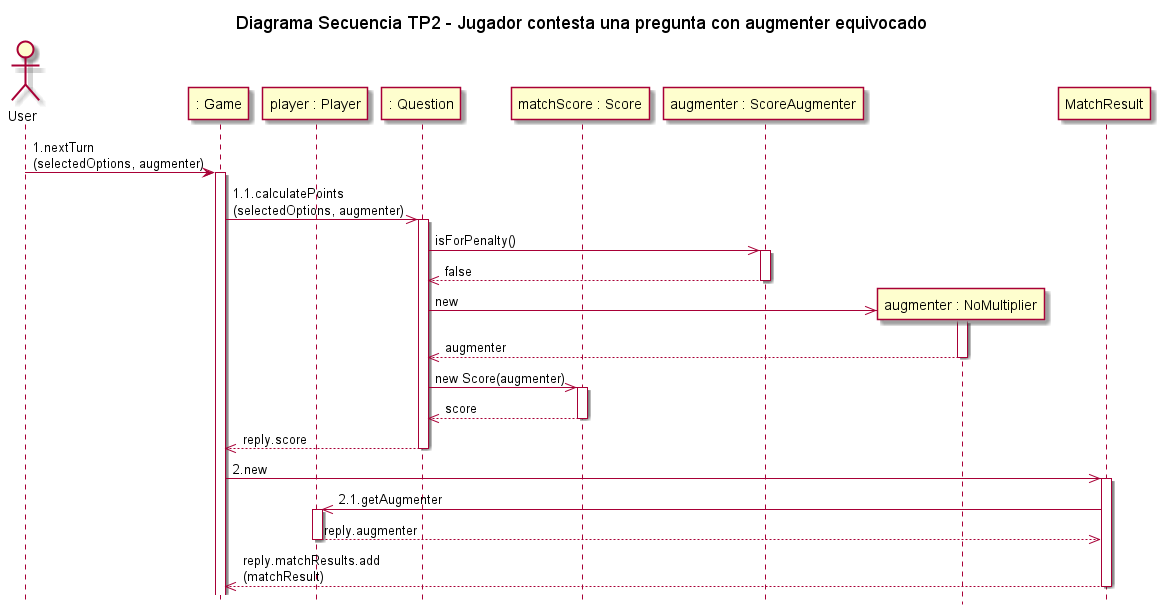
This is docs/out/DiagramasSecuencia/Diagrama Secuencia TP2 - Jugador contesta una pregunta con augmenter equivocado.png from GEscandar/TP2-Kahoot, a PlantUML export, as it was before one commit. The source it was exported from:
```plantuml
@startuml

actor User
title Diagrama Secuencia TP2 - Jugador contesta una pregunta con augmenter equivocado
hide footbox

participant ": Game" as game
participant "player : Player" as player
participant ": Question" as question
participant "matchScore : Score" as score
participant "augmenter : ScoreAugmenter" as augmenter
participant "augmenter : NoMultiplier" as noAugmenter


User -> game:1.nextTurn\n(selectedOptions, augmenter)
activate game
game->>question:1.1.calculatePoints\n(selectedOptions, augmenter)
activate question
question ->> augmenter:isForPenalty()
activate augmenter
augmenter -->> question:false
deactivate augmenter
question ->> noAugmenter**:new
activate noAugmenter
noAugmenter -->> question:augmenter
deactivate noAugmenter
question ->> score:new Score(augmenter)
activate score
score -->> question:score
deactivate score
question -->>game:reply.score
deactivate question
game->>MatchResult:2.new
activate MatchResult
MatchResult->>player:2.1.getAugmenter
activate player
player-->>MatchResult:reply.augmenter
deactivate player
MatchResult-->>game:reply.matchResults.add\n(matchResult)
deactivate MatchResult

@enduml
```
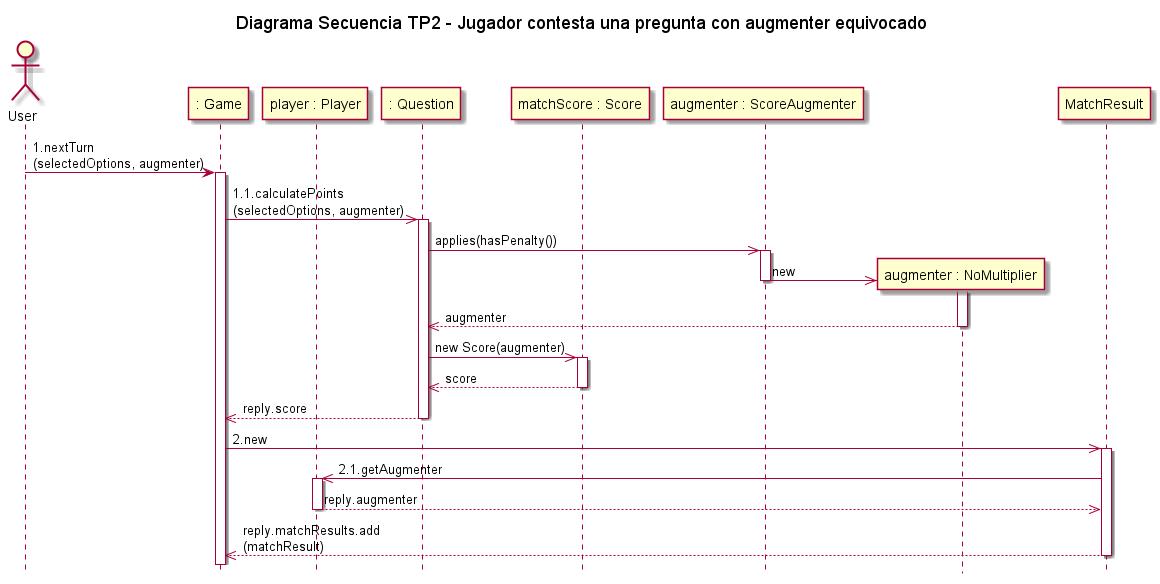
Above is the later version.

Change to the diagram source:
```diff
@@ -16,11 +16,10 @@
 activate game
 game->>question:1.1.calculatePoints\n(selectedOptions, augmenter)
 activate question
-question ->> augmenter:isForPenalty()
+question ->> augmenter:applies(hasPenalty())
 activate augmenter
-augmenter -->> question:false
+augmenter ->> noAugmenter **:new
 deactivate augmenter
-question ->> noAugmenter**:new
 activate noAugmenter
 noAugmenter -->> question:augmenter
 deactivate noAugmenter
```
